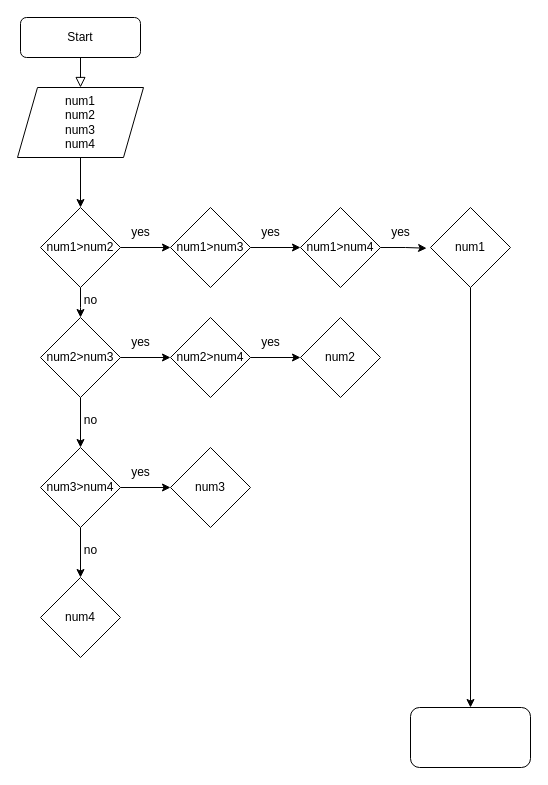
Before: Диаграмма без названия.drawio in Victor1709/Skrill, a draw.io diagram. Source tidied: cells renumbered, new cells numbered last; positions are measured from the earlier drawing's top-left corner, leaving out a move shared by most shapes. Both pictures are drawn from the tidied source at 100%, with x=0, y=0 at pixel (17, 17).
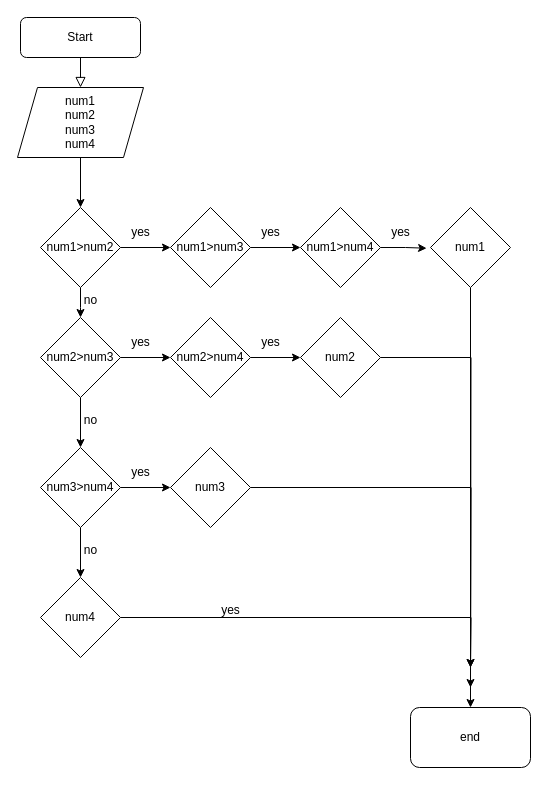
After the change.

Commit message:
Задача 3. Составить блок-схему нахождения среднего арифметического из 4-х чисел.drawio

The change refers to these unchanged cells:
```xml
<mxCell id="11" value="num4" style="rhombus;whiteSpace=wrap;html=1;" parent="1" vertex="1">
  <mxGeometry x="23" y="560" width="80" height="80" as="geometry" />
</mxCell>
<mxCell id="22" value="num3" style="rhombus;whiteSpace=wrap;html=1;" parent="1" vertex="1">
  <mxGeometry x="153" y="430" width="80" height="80" as="geometry" />
</mxCell>
<mxCell id="23" value="num2" style="rhombus;whiteSpace=wrap;html=1;" parent="1" vertex="1">
  <mxGeometry x="283" y="300" width="80" height="80" as="geometry" />
</mxCell>
```

What changed in the source:
```diff
@@
+    <mxCell id="36" style="edgeStyle=orthogonalEdgeStyle;rounded=0;jettySize=auto;html=1;" parent="1" edge="1" source="11">
+      <mxGeometry relative="1" as="geometry">
+        <mxPoint x="453" y="650" as="targetPoint" />
+      </mxGeometry>
+    </mxCell>
@@
+    <mxCell id="37" style="edgeStyle=orthogonalEdgeStyle;rounded=0;jettySize=auto;html=1;exitX=1;exitY=0.5;exitDx=0;exitDy=0;" parent="1" edge="1" source="22">
+      <mxGeometry relative="1" as="geometry">
+        <mxPoint x="453" y="650" as="targetPoint" />
+      </mxGeometry>
+    </mxCell>
@@
+    <mxCell id="38" style="edgeStyle=orthogonalEdgeStyle;rounded=0;jettySize=auto;html=1;" parent="1" edge="1" source="23">
+      <mxGeometry relative="1" as="geometry">
+        <mxPoint x="453" y="670" as="targetPoint" />
+      </mxGeometry>
+    </mxCell>
@@
-    <mxCell id="35" style="rounded=1;whiteSpace=wrap;html=1;" parent="1" vertex="1">
+    <mxCell id="35" value="end" style="rounded=1;whiteSpace=wrap;html=1;" parent="1" vertex="1">
       <mxGeometry x="393" y="690" width="120" height="60" as="geometry" />
     </mxCell>
+    <mxCell id="39" value="yes" style="text;html=1;align=center;verticalAlign=middle;strokeColor=none;fillColor=none;" parent="1" vertex="1">
+      <mxGeometry x="193" y="578" width="40" height="30" as="geometry" />
+    </mxCell>
```
